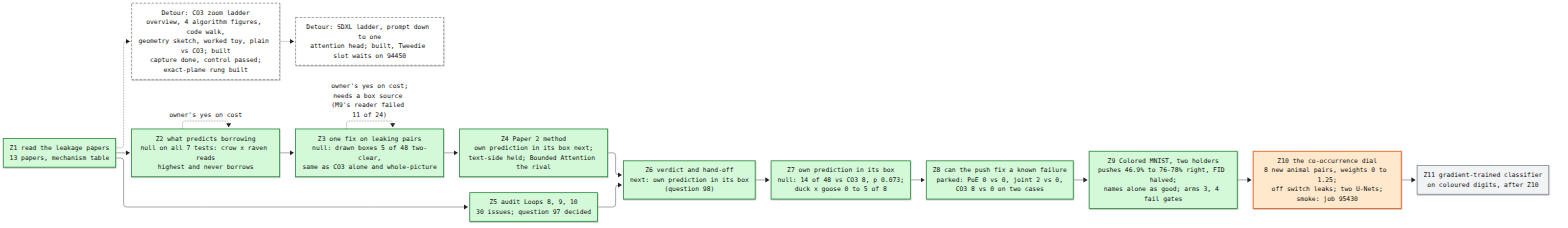
The Mermaid diagram artifacts/notes/progress/leakage/loop-12-progress.png in mo-rsa24/concept-composition, before a commit. Its source is kept beside it as artifacts/notes/progress/leakage/loop-12-progress.mmd.
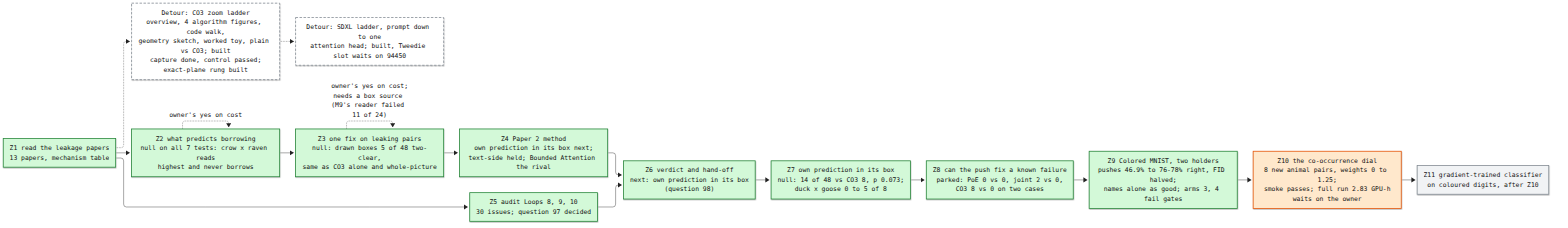
After the commit.

Commit message:
Loop 12 map: Z10 smoke passed, cost with the owner

Change to the diagram source:
```diff
@@ -20,7 +20,7 @@
   Z7 --> Z8
   Z9["Z9 Colored MNIST, two holders<br/>pushes 46.9% to 76-78% right, FID halved;<br/>names alone as good; arms 3, 4 fail gates"]:::done
   Z8 --> Z9
-  Z10["Z10 the co-occurrence dial<br/>8 new animal pairs, weights 0 to 1.25;<br/>off switch leaks; two U-Nets;<br/>smoke: job 95430"]:::doing
+  Z10["Z10 the co-occurrence dial<br/>8 new animal pairs, weights 0 to 1.25;<br/>smoke passes; full run 2.83 GPU-h<br/>waits on the owner"]:::doing
   Z9 --> Z10
   Z11["Z11 gradient-trained classifier<br/>on coloured digits, after Z10"]:::todo
   Z10 --> Z11
```
